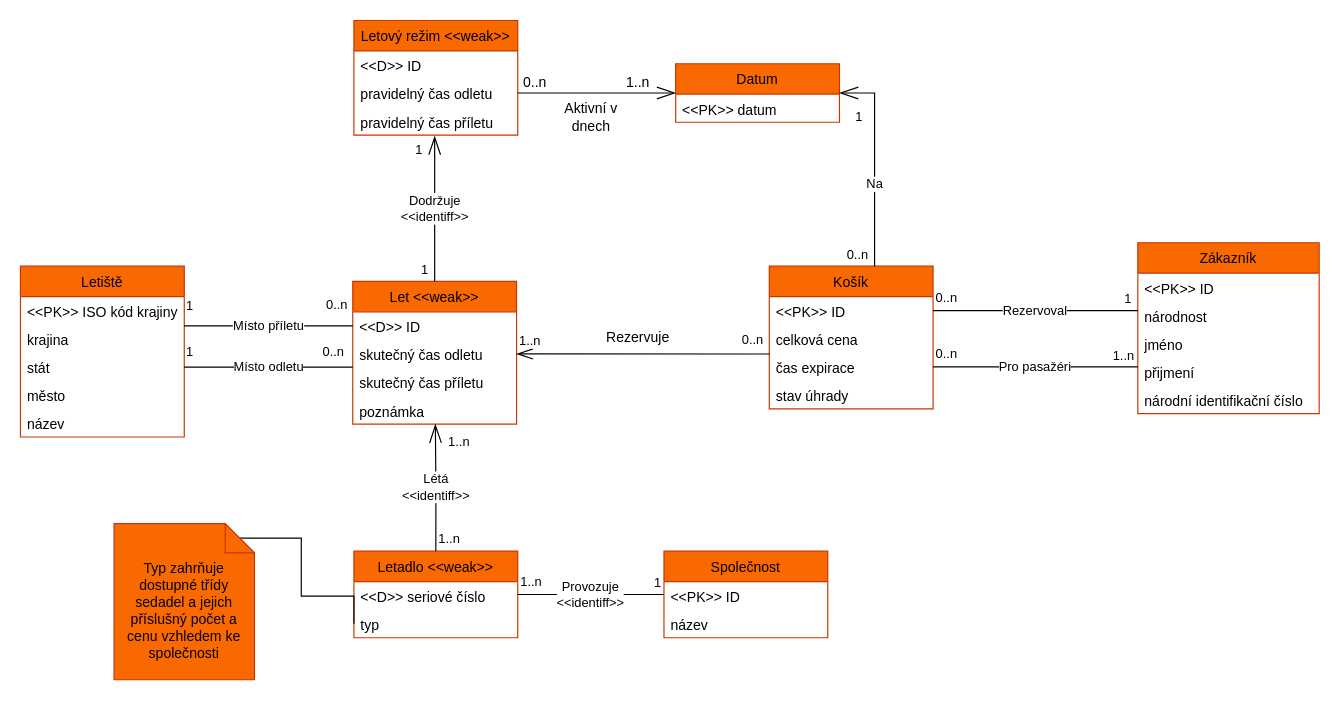
mstrlc/ids-project keeps this draw.io diagram as diagrams/er-diagram.drawio. Above is the earlier version. Source tidied: cells renumbered, new cells numbered last; positions are measured from the earlier drawing's top-left corner, leaving out a move shared by most shapes. Both pictures are drawn from the tidied source at 117%, with x=0, y=0 at pixel (20, 20).
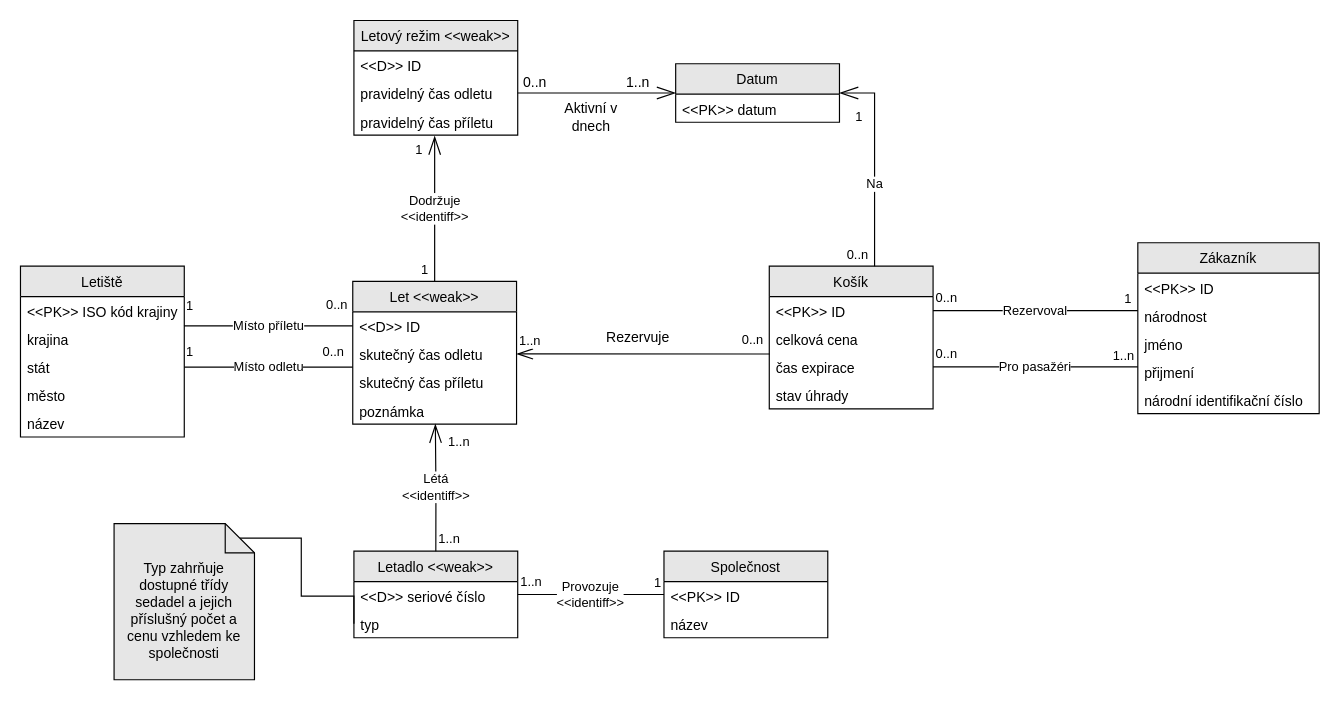
The same page after the edit.

The edit, as a diff of the source:
```diff
@@
-    <mxCell id="2" value="Let &lt;&lt;weak&gt;&gt;" style="swimlane;fontStyle=0;horizontal=1;startSize=26;fillColor=#fa6800;rounded=0;shadow=0;fontColor=#000000;strokeColor=#C73500;swimlaneFillColor=rgba(255, 255, 255, 1);glass=0;sketch=0;" parent="1" vertex="1">
+    <mxCell id="2" value="Let &lt;&lt;weak&gt;&gt;" style="swimlane;fontStyle=0;horizontal=1;startSize=26;fillColor=#E6E6E6;rounded=0;shadow=0;fontColor=#000000;strokeColor=#000000;swimlaneFillColor=rgba(255, 255, 255, 1);glass=0;sketch=0;" parent="1" vertex="1">
       <mxGeometry x="284" y="223" width="140" height="122" as="geometry" />
     </mxCell>
@@
-    <mxCell id="7" value="Letadlo &lt;&lt;weak&gt;&gt;" style="swimlane;fontStyle=0;horizontal=1;startSize=26;fillColor=#fa6800;rounded=0;shadow=0;fontColor=#000000;strokeColor=#C73500;swimlaneFillColor=rgba(255, 255, 255, 1);glass=0;sketch=0;" parent="1" vertex="1">
+    <mxCell id="7" value="Letadlo &lt;&lt;weak&gt;&gt;" style="swimlane;fontStyle=0;horizontal=1;startSize=26;fillColor=#E6E6E6;rounded=0;shadow=0;fontColor=#000000;strokeColor=#000000;swimlaneFillColor=rgba(255, 255, 255, 1);glass=0;sketch=0;" parent="1" vertex="1">
       <mxGeometry x="285" y="453.6" width="140" height="74" as="geometry" />
     </mxCell>
@@
-    <mxCell id="10" value="Košík" style="swimlane;fontStyle=0;horizontal=1;startSize=26;fillColor=#fa6800;fontColor=#000000;strokeColor=#C73500;swimlaneLine=1;glass=0;shadow=0;rounded=0;sketch=0;swimlaneFillColor=default;" parent="1" vertex="1">
+    <mxCell id="10" value="Košík" style="swimlane;fontStyle=0;horizontal=1;startSize=26;fillColor=#E6E6E6;fontColor=#000000;strokeColor=#000000;swimlaneLine=1;glass=0;shadow=0;rounded=0;sketch=0;swimlaneFillColor=default;" parent="1" vertex="1">
       <mxGeometry x="640" y="210" width="140" height="122" as="geometry" />
     </mxCell>
@@
-    <mxCell id="15" value="Zákazník" style="swimlane;fontStyle=0;horizontal=1;startSize=26;fillColor=#fa6800;rounded=0;shadow=0;glass=0;sketch=0;fontColor=#000000;strokeColor=#C73500;swimlaneFillColor=default;" parent="1" vertex="1">
+    <mxCell id="15" value="Zákazník" style="swimlane;fontStyle=0;horizontal=1;startSize=26;fillColor=#E6E6E6;rounded=0;shadow=0;glass=0;sketch=0;fontColor=#000000;strokeColor=#000000;swimlaneFillColor=default;" parent="1" vertex="1">
       <mxGeometry x="955" y="190" width="155" height="146" as="geometry" />
     </mxCell>
@@
-    <mxCell id="30" value="Společnost" style="swimlane;fontStyle=0;horizontal=1;startSize=26;fillColor=#fa6800;rounded=0;shadow=0;glass=0;sketch=0;fontColor=#000000;strokeColor=#C73500;swimlaneFillColor=default;" parent="1" vertex="1">
+    <mxCell id="30" value="Společnost" style="swimlane;fontStyle=0;horizontal=1;startSize=26;fillColor=#E6E6E6;rounded=0;shadow=0;glass=0;sketch=0;fontColor=#000000;strokeColor=#000000;swimlaneFillColor=default;" parent="1" vertex="1">
       <mxGeometry x="550" y="453.6" width="140" height="74" as="geometry" />
     </mxCell>
@@
-    <mxCell id="36" value="Letiště" style="swimlane;fontStyle=0;horizontal=1;startSize=26;fillColor=#fa6800;rounded=0;shadow=0;glass=0;sketch=0;fontColor=#000000;strokeColor=#C73500;swimlaneFillColor=default;" parent="1" vertex="1">
+    <mxCell id="36" value="Letiště" style="swimlane;fontStyle=0;horizontal=1;startSize=26;fillColor=#E6E6E6;rounded=0;shadow=0;glass=0;sketch=0;fontColor=#000000;strokeColor=#000000;swimlaneFillColor=default;" parent="1" vertex="1">
       <mxGeometry y="210" width="140" height="146" as="geometry" />
     </mxCell>
@@
-    <mxCell id="49" value="Typ zahrňuje dostupné třídy sedadel a jejich příslušný počet a cenu vzhledem ke společnosti" style="shape=note2;boundedLbl=1;whiteSpace=wrap;html=1;size=25;verticalAlign=top;align=center;rounded=0;shadow=0;glass=0;sketch=0;fontColor=#000000;startSize=26;strokeColor=#C73500;fillColor=#fa6800;" parent="1" vertex="1">
+    <mxCell id="49" value="Typ zahrňuje dostupné třídy sedadel a jejich příslušný počet a cenu vzhledem ke společnosti" style="shape=note2;boundedLbl=1;whiteSpace=wrap;html=1;size=25;verticalAlign=top;align=center;rounded=0;shadow=0;glass=0;sketch=0;fontColor=#000000;startSize=26;strokeColor=#000000;fillColor=#E6E6E6;" parent="1" vertex="1">
       <mxGeometry x="80" y="430" width="120" height="133.5" as="geometry" />
     </mxCell>
@@
-    <mxCell id="53" value="Letový režim &lt;&lt;weak&gt;&gt;" style="swimlane;fontStyle=0;horizontal=1;startSize=26;fillColor=#fa6800;rounded=0;shadow=0;glass=0;sketch=0;fontColor=#000000;strokeColor=#C73500;swimlaneFillColor=default;labelBackgroundColor=none;" parent="1" vertex="1">
+    <mxCell id="53" value="Letový režim &lt;&lt;weak&gt;&gt;" style="swimlane;fontStyle=0;horizontal=1;startSize=26;fillColor=#E6E6E6;rounded=0;shadow=0;glass=0;sketch=0;fontColor=#000000;strokeColor=#000000;swimlaneFillColor=default;labelBackgroundColor=none;" parent="1" vertex="1">
       <mxGeometry x="285" width="140" height="98" as="geometry" />
     </mxCell>
@@
-    <mxCell id="60" value="Datum" style="swimlane;fontStyle=0;horizontal=1;startSize=26;fillColor=#fa6800;rounded=0;shadow=0;glass=0;sketch=0;fontColor=#000000;strokeColor=#C73500;swimlaneFillColor=default;labelBackgroundColor=none;" parent="1" vertex="1">
+    <mxCell id="60" value="Datum" style="swimlane;fontStyle=0;horizontal=1;startSize=26;fillColor=#E6E6E6;rounded=0;shadow=0;glass=0;sketch=0;fontColor=#000000;strokeColor=#000000;swimlaneFillColor=default;labelBackgroundColor=none;" parent="1" vertex="1">
       <mxGeometry x="560" y="37" width="140" height="50" as="geometry" />
     </mxCell>
```
